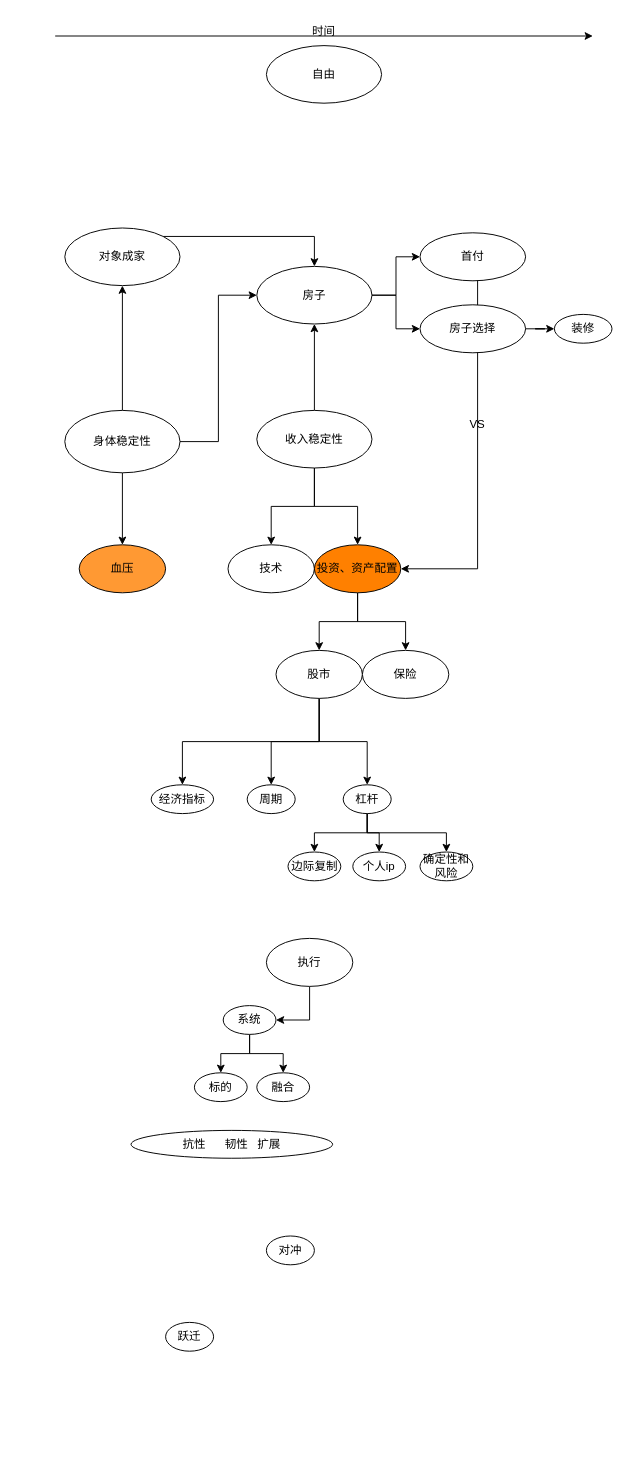
The draw.io diagram menus/未命名绘图.drawio in Asamiyaa/microservice-k8s-yun, before the edit. Source tidied: cells renumbered, new cells numbered last; positions are measured from the earlier drawing's top-left corner, leaving out a move shared by most shapes. Both pictures are drawn from the tidied source at 96%, with x=0, y=0 at pixel (55, 16).
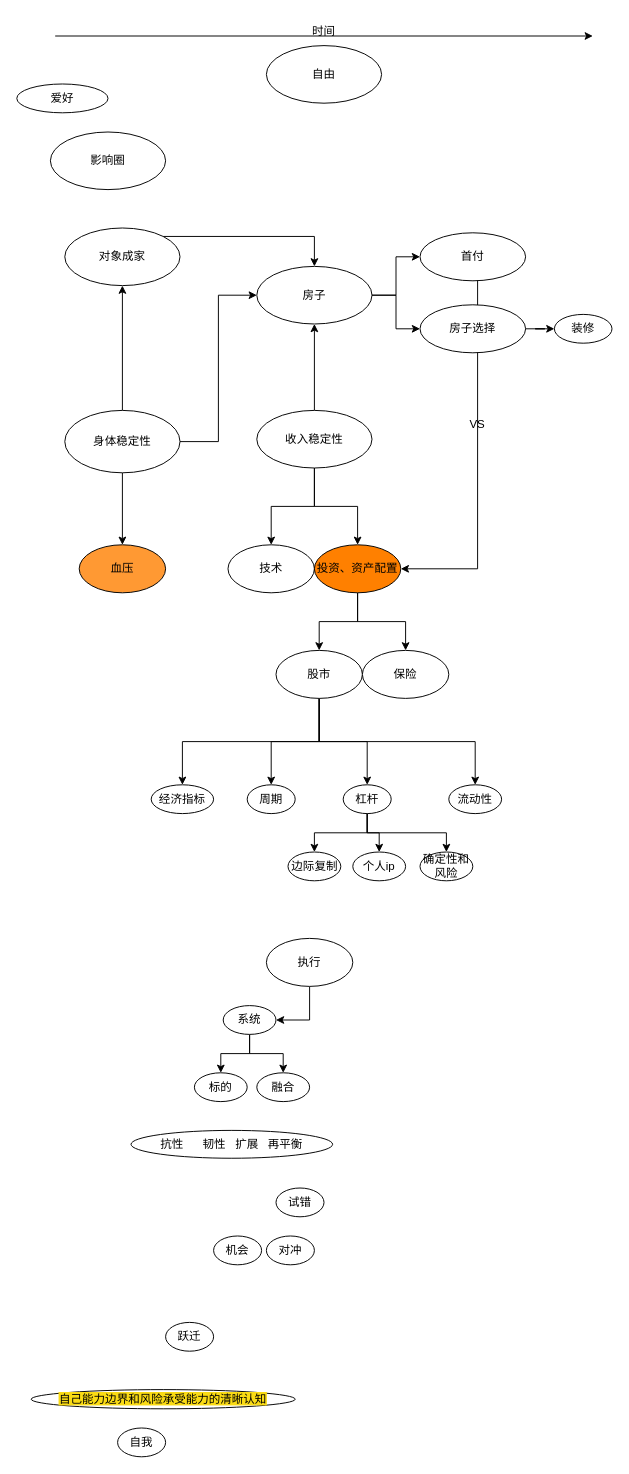
The same diagram, later.

Commit message:
更新未命名绘图.drawio

Unchanged cells that the change refers to:
```xml
<mxCell id="31" value="股市" style="ellipse;whiteSpace=wrap;html=1;" parent="1" vertex="1">
  <mxGeometry x="230" y="660" width="90" height="50" as="geometry" />
</mxCell>
```

What changed in the source:
```diff
@@
+    <mxCell id="53" style="edgeStyle=orthogonalEdgeStyle;rounded=0;jettySize=auto;html=1;exitX=0.5;exitY=1;exitDx=0;exitDy=0;" parent="1" edge="1" source="31" target="58">
+      <mxGeometry relative="1" as="geometry" />
+    </mxCell>
@@
-    <mxCell id="52" value="抗性&amp;nbsp; &amp;nbsp; &amp;nbsp; 韧性&amp;nbsp; &amp;nbsp;扩展" style="ellipse;whiteSpace=wrap;html=1;" parent="1" vertex="1">
+    <mxCell id="52" value="抗性&amp;nbsp; &amp;nbsp; &amp;nbsp; 韧性&amp;nbsp; &amp;nbsp;扩展&amp;nbsp; &amp;nbsp;再平衡" style="ellipse;whiteSpace=wrap;html=1;" parent="1" vertex="1">
       <mxGeometry x="79" y="1160" width="210" height="29" as="geometry" />
     </mxCell>
+    <mxCell id="54" value="机会" style="ellipse;whiteSpace=wrap;html=1;" parent="1" vertex="1">
+      <mxGeometry x="165" y="1270" width="50" height="30" as="geometry" />
+    </mxCell>
+    <mxCell id="55" value="试错" style="ellipse;whiteSpace=wrap;html=1;" parent="1" vertex="1">
+      <mxGeometry x="230" y="1220" width="50" height="30" as="geometry" />
+    </mxCell>
+    <mxCell id="56" value="自我" style="ellipse;whiteSpace=wrap;html=1;" parent="1" vertex="1">
+      <mxGeometry x="65" y="1470" width="50" height="30" as="geometry" />
+    </mxCell>
+    <mxCell id="57" value="&lt;div class=&quot;lake-content&quot;&gt;&lt;span style=&quot;background-color: #FADB14&quot; class=&quot;ne-text&quot;&gt;自己能力边界和风险承受能力的清晰认知&lt;/span&gt;&lt;/div&gt;" style="ellipse;whiteSpace=wrap;html=1;" parent="1" vertex="1">
+      <mxGeometry x="-25" y="1430" width="275" height="20" as="geometry" />
+    </mxCell>
+    <mxCell id="58" value="流动性" style="ellipse;whiteSpace=wrap;html=1;" parent="1" vertex="1">
+      <mxGeometry x="410" y="800" width="55" height="30" as="geometry" />
+    </mxCell>
+    <mxCell id="59" value="影响圈" style="ellipse;whiteSpace=wrap;html=1;" parent="1" vertex="1">
+      <mxGeometry x="-5" y="120" width="120" height="60" as="geometry" />
+    </mxCell>
+    <mxCell id="60" value="爱好" style="ellipse;whiteSpace=wrap;html=1;" parent="1" vertex="1">
+      <mxGeometry x="-40" y="70" width="95" height="30" as="geometry" />
+    </mxCell>
```
